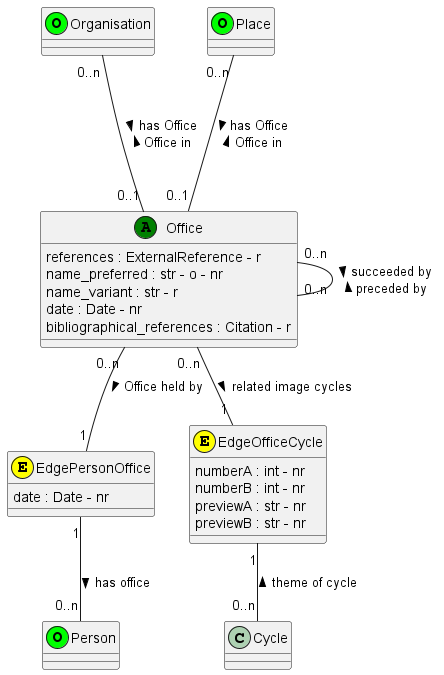
Before: documentation/class_diagrams/Office.png, a diagram exported from PlantUML (tmasch/bpf_be).
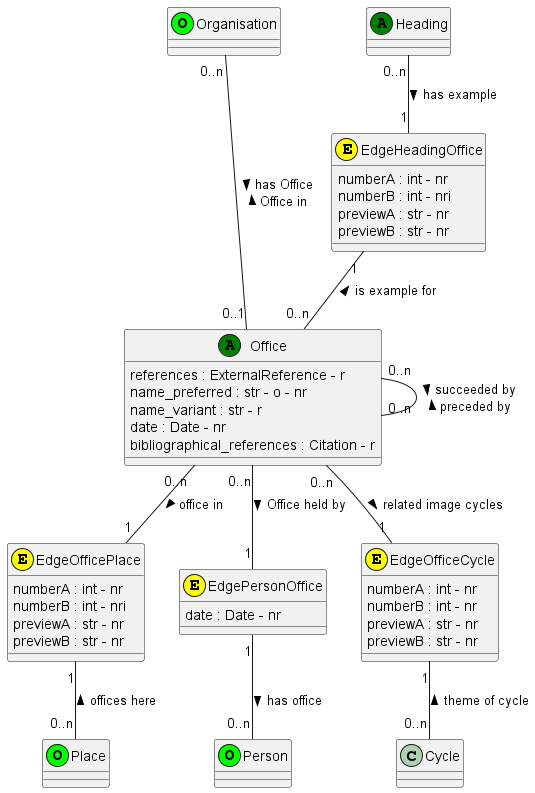
After the commit.

Diff of the diagram source:
```diff
@@ -1,19 +1,30 @@
-@startuml
+@startuml Office
 class Office <<(A,green)>>
-
 Office : references : ExternalReference - r
 Office : name_preferred : str - o - nr
 Office : name_variant : str - r
 Office : date : Date - nr
 Office : bibliographical_references : Citation - r
 
-
+class Heading <<(A,green)>>
 
 class Person <<(O,lime)>>
 
 class Organisation <<(O,lime)>>
 
 class Place <<(O,lime)>>
+
+class EdgeHeadingOffice  <<(E,yellow)>>
+EdgeHeadingOffice : numberA : int - nr
+EdgeHeadingOffice : numberB : int - nri
+EdgeHeadingOffice : previewA : str - nr
+EdgeHeadingOffice : previewB : str - nr
+
+class EdgeOfficePlace  <<(E,yellow)>>
+EdgeOfficePlace : numberA : int - nr
+EdgeOfficePlace : numberB : int - nri
+EdgeOfficePlace : previewA : str - nr
+EdgeOfficePlace : previewB : str - nr
 
 class EdgePersonOffice <<(E,yellow)>>
 EdgePersonOffice : date : Date - nr
@@ -24,10 +35,13 @@
 EdgeOfficeCycle : previewA : str - nr
 EdgeOfficeCycle : previewB : str - nr
 
+Heading "0..n" -- "1" EdgeHeadingOffice : > has example
+EdgeHeadingOffice "1" -- "0..n" Office :  is example for <
 
 Organisation "0..n" --- "0..1" Office : > has Office \n Office in <
 
-Place "0..n" --- "0..1" Office : > has Office \n Office in <
+Office "0..n" -- "1" EdgeOfficePlace : > office in
+EdgeOfficePlace "1" -- "0..n" Place :  offices here <
 
 Office "0..n" -- "1" EdgePersonOffice : > Office held by
 EdgePersonOffice "1" -- "0..n" Person : > has office
```
